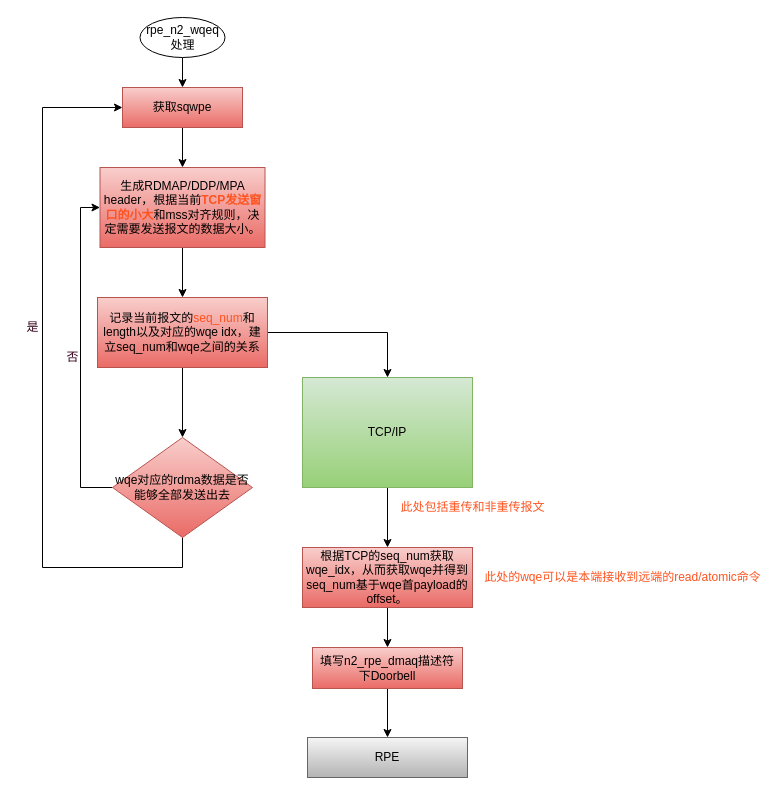
huazhongtan/nvim_config keeps this draw.io diagram as page "TX侧flow" (2 of 3) of Untitled Diagram.drawio. Above is the earlier version. Source tidied: cells renumbered, new cells numbered last; positions are measured from the earlier drawing's top-left corner, leaving out a move shared by most shapes. Both pictures are drawn from the tidied source at 100%, with x=0, y=0 at pixel (17, 17).
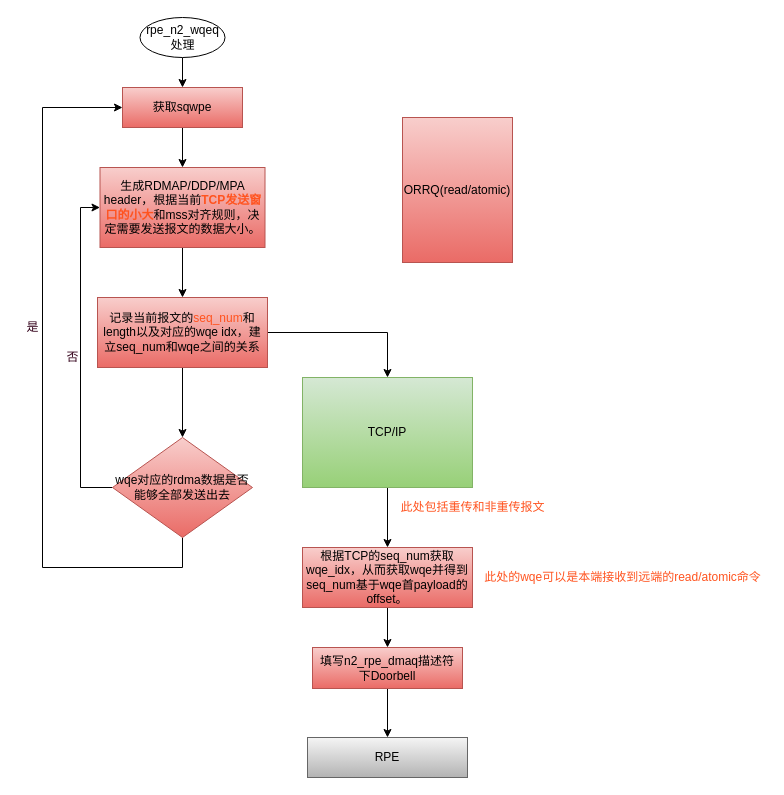
After the change.

What changed in the source:
```diff
@@
+    <mxCell id="25" value="ORRQ(read/atomic)" style="rounded=0;whiteSpace=wrap;html=1;absoluteArcSize=1;arcSize=14;strokeWidth=1;align=center;gradientColor=#ea6b66;fillColor=#f8cecc;strokeColor=#b85450;" parent="1" vertex="1">
+      <mxGeometry x="385" y="100" width="110" height="145" as="geometry" />
+    </mxCell>
```
